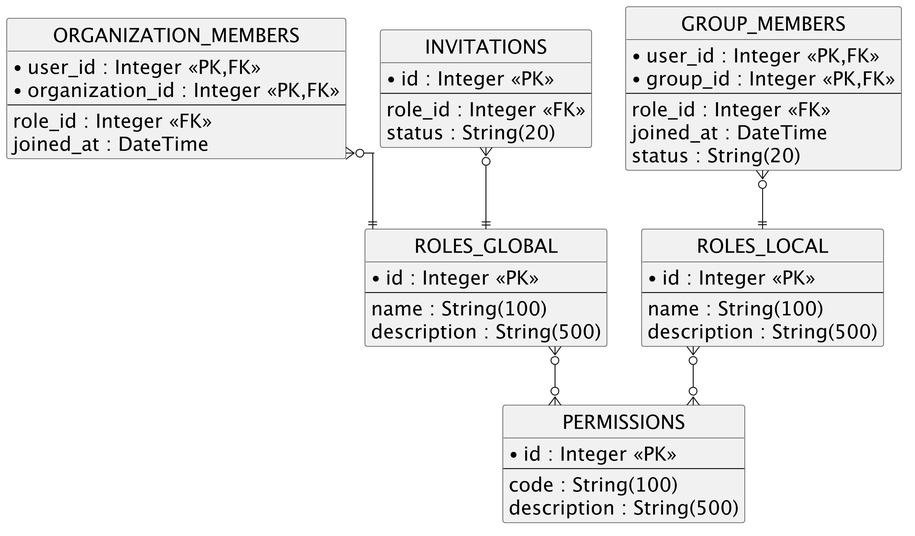
Above: docs/diagrams/er-rbac.png in yasunobu-nonaka/nextjs-flask-labnoteapp (PlantUML), before the change. The source it was exported from:
```plantuml
@startuml rbac
skinparamlocked defaultFontSize 20
skinparamlocked dpi 300
skinparam backgroundColor white
skinparam linetype ortho
hide circle
hide empty methods
hide empty members

entity "ORGANIZATION_MEMBERS" as ORGANIZATION_MEMBERS {
  * user_id : Integer <<PK,FK>>
  * organization_id : Integer <<PK,FK>>
  --
  role_id : Integer <<FK>>
  joined_at : DateTime
}

entity "INVITATIONS" as INVITATIONS {
  * id : Integer <<PK>>
  --
  role_id : Integer <<FK>>
  status : String(20)
}

entity "ROLES_GLOBAL" as ROLES_GLOBAL {
  * id : Integer <<PK>>
  --
  name : String(100)
  description : String(500)
}

entity "GROUP_MEMBERS" as GROUP_MEMBERS {
  * user_id : Integer <<PK,FK>>
  * group_id : Integer <<PK,FK>>
  --
  role_id : Integer <<FK>>
  joined_at : DateTime
  status : String(20)
}

entity "ROLES_LOCAL" as ROLES_LOCAL {
  * id : Integer <<PK>>
  --
  name : String(100)
  description : String(500)
}

entity "PERMISSIONS" as PERMISSIONS {
  * id : Integer <<PK>>
  --
  code : String(100)
  description : String(500)
}

ORGANIZATION_MEMBERS }o--|| ROLES_GLOBAL
INVITATIONS }o--|| ROLES_GLOBAL
ROLES_GLOBAL }o--o{ PERMISSIONS
GROUP_MEMBERS }o--|| ROLES_LOCAL
ROLES_LOCAL }o--o{ PERMISSIONS
@enduml
```
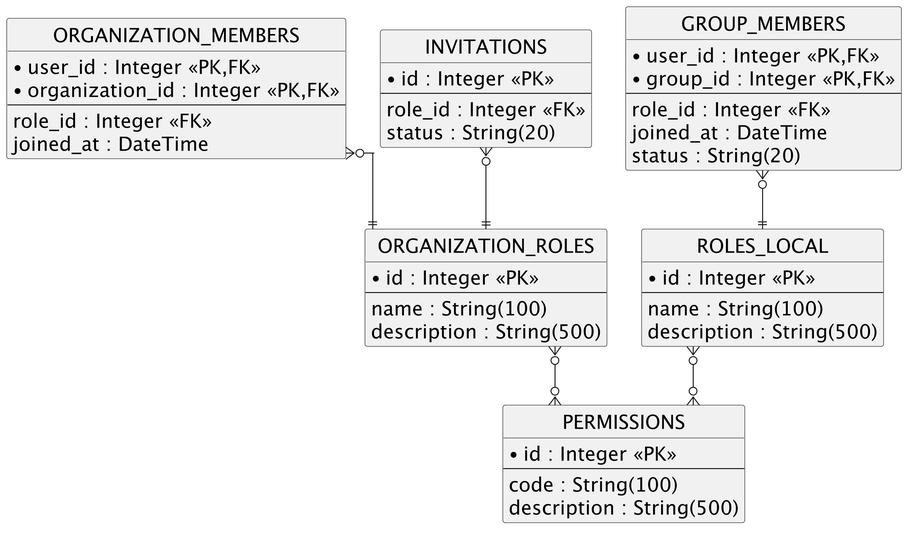
Above is the later version.

Diff of the diagram source:
```diff
@@ -22,7 +22,7 @@
   status : String(20)
 }
 
-entity "ROLES_GLOBAL" as ROLES_GLOBAL {
+entity "ORGANIZATION_ROLES" as ORGANIZATION_ROLES {
   * id : Integer <<PK>>
   --
   name : String(100)
@@ -52,9 +52,9 @@
   description : String(500)
 }
 
-ORGANIZATION_MEMBERS }o--|| ROLES_GLOBAL
-INVITATIONS }o--|| ROLES_GLOBAL
-ROLES_GLOBAL }o--o{ PERMISSIONS
+ORGANIZATION_MEMBERS }o--|| ORGANIZATION_ROLES
+INVITATIONS }o--|| ORGANIZATION_ROLES
+ORGANIZATION_ROLES }o--o{ PERMISSIONS
 GROUP_MEMBERS }o--|| ROLES_LOCAL
 ROLES_LOCAL }o--o{ PERMISSIONS
 @enduml
```
